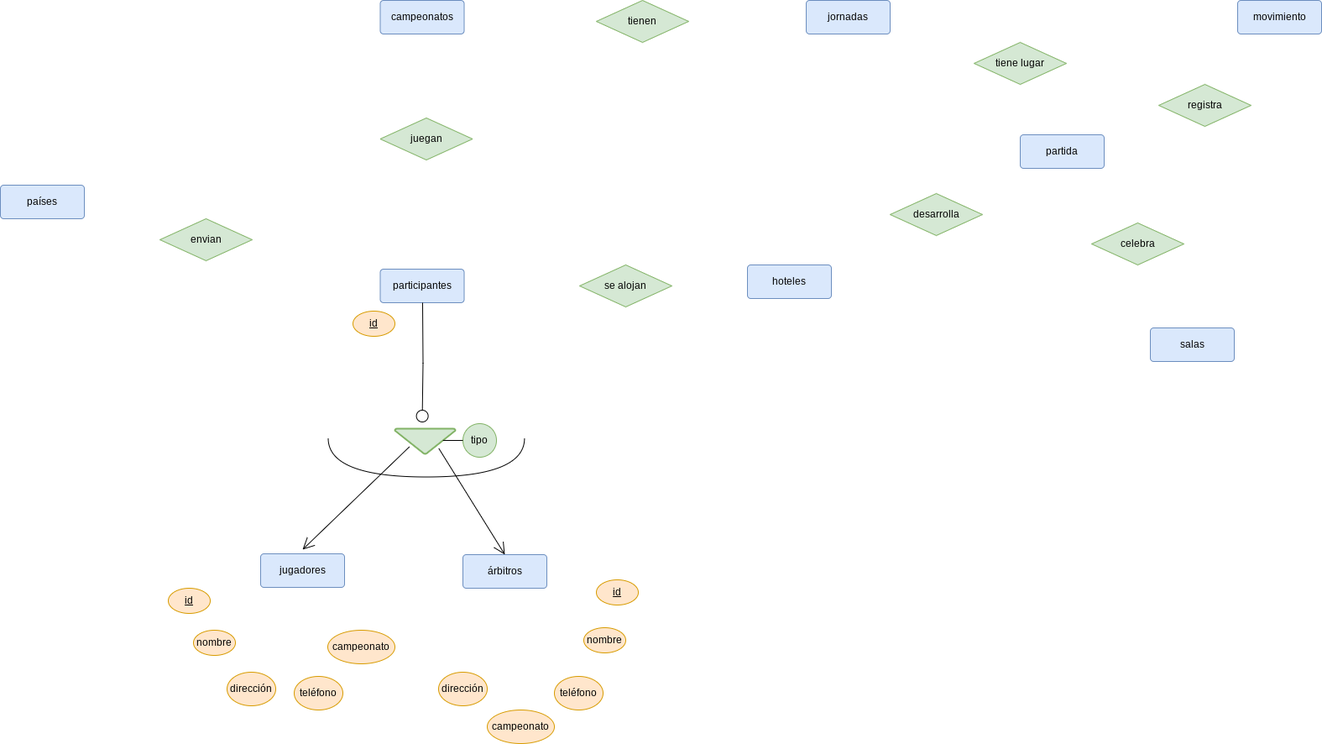
Before: Unidad-1/Tareas./Tarea-9 (diagramas)/Club de ajedrez.drawio.png, a diagram exported from draw.io (mdiogc/base-datos). Source tidied: cells renumbered, new cells last; positions are measured from the earlier drawing's top-left corner, leaving out a move shared by most shapes.
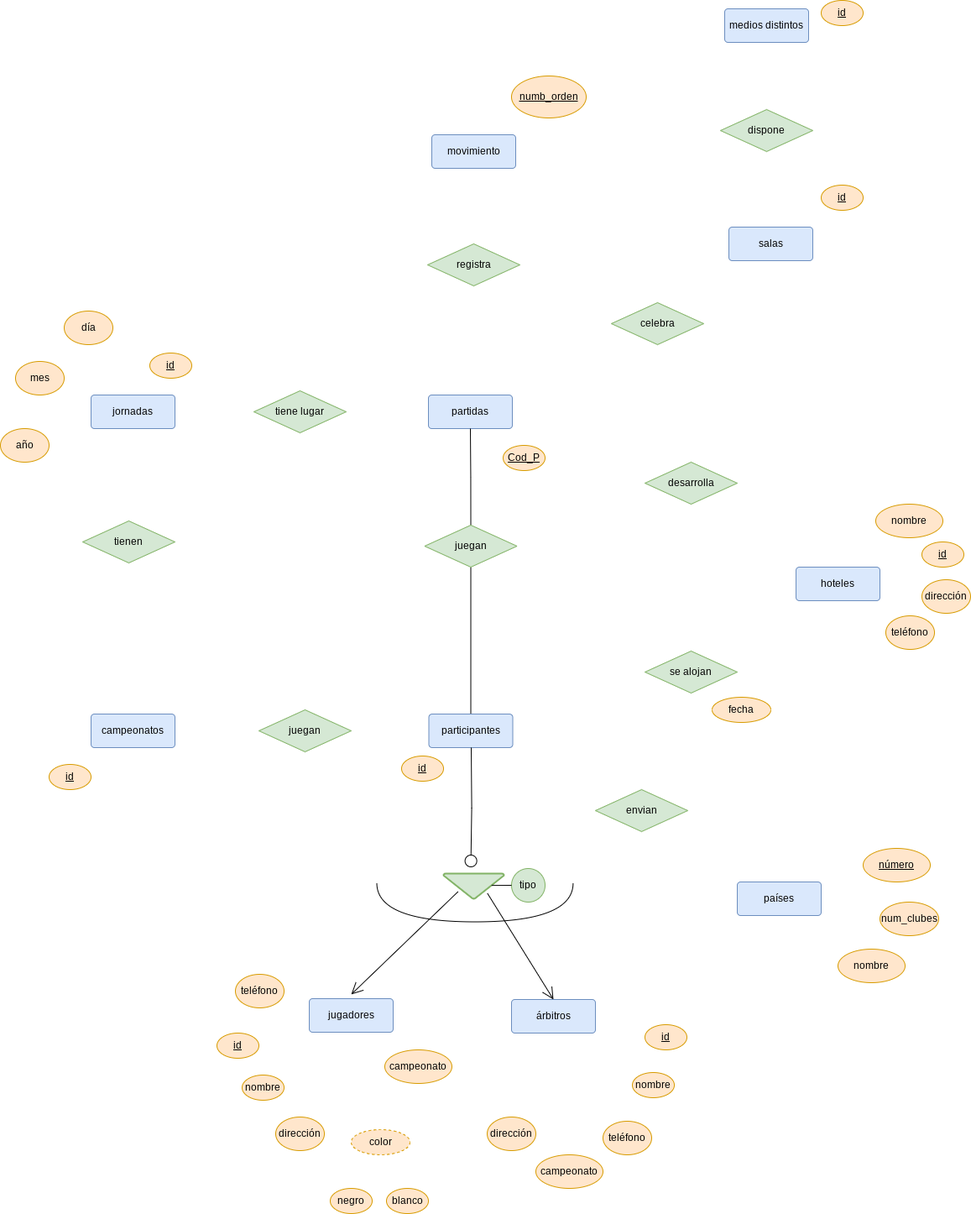
The same file after the commit.

The edit, as a diff of the source:
```diff
@@ -3,10 +3,10 @@
     <mxCell id="0" />
     <mxCell id="1" parent="0" />
     <mxCell id="2" value="países" style="rounded=1;arcSize=10;whiteSpace=wrap;html=1;align=center;fillColor=#dae8fc;strokeColor=#6c8ebf;" parent="1" vertex="1">
-      <mxGeometry y="220" width="100" height="40" as="geometry" />
+      <mxGeometry x="820" y="520" width="100" height="40" as="geometry" />
     </mxCell>
     <mxCell id="3" value="envian" style="shape=rhombus;perimeter=rhombusPerimeter;whiteSpace=wrap;html=1;align=center;fillColor=#d5e8d4;strokeColor=#82b366;" parent="1" vertex="1">
-      <mxGeometry x="190" y="260" width="110" height="50" as="geometry" />
+      <mxGeometry x="651" y="410" width="110" height="50" as="geometry" />
     </mxCell>
     <mxCell id="4" value="jugadores" style="rounded=1;arcSize=10;whiteSpace=wrap;html=1;align=center;fillColor=#dae8fc;strokeColor=#6c8ebf;" parent="1" vertex="1">
       <mxGeometry x="310" y="659" width="100" height="40" as="geometry" />
@@ -15,7 +15,7 @@
       <mxGeometry x="551" y="660" width="100" height="40" as="geometry" />
     </mxCell>
     <mxCell id="6" value="campeonatos" style="rounded=1;arcSize=10;whiteSpace=wrap;html=1;align=center;fillColor=#dae8fc;strokeColor=#6c8ebf;" parent="1" vertex="1">
-      <mxGeometry x="452.5" width="100" height="40" as="geometry" />
+      <mxGeometry x="50" y="320" width="100" height="40" as="geometry" />
     </mxCell>
     <mxCell id="7" style="strokeWidth=2;html=1;shape=mxgraph.flowchart.merge_or_storage;whiteSpace=wrap;fillColor=#d5e8d4;strokeColor=#82b366;" parent="1" vertex="1">
       <mxGeometry x="470" y="510" width="72" height="30" as="geometry" />
@@ -26,44 +26,47 @@
     <mxCell id="9" style="edgeStyle=orthogonalEdgeStyle;rounded=0;jettySize=auto;html=1;exitX=0;exitY=0.5;exitDx=0;exitDy=0;entryX=0.795;entryY=0.483;entryDx=0;entryDy=0;entryPerimeter=0;endArrow=none;endFill=0;" parent="1" edge="1" source="8" target="7">
       <mxGeometry relative="1" as="geometry" />
     </mxCell>
+    <mxCell id="38" style="edgeStyle=orthogonalEdgeStyle;rounded=0;jettySize=auto;html=1;exitX=0.5;exitY=0;exitDx=0;exitDy=0;entryX=0.5;entryY=1;entryDx=0;entryDy=0;endArrow=none;endFill=0;" parent="1" edge="1" source="10" target="47">
+      <mxGeometry relative="1" as="geometry" />
+    </mxCell>
     <mxCell id="10" value="participantes" style="rounded=1;arcSize=10;whiteSpace=wrap;html=1;align=center;fillColor=#dae8fc;strokeColor=#6c8ebf;" parent="1" vertex="1">
       <mxGeometry x="452.5" y="320" width="100" height="40" as="geometry" />
     </mxCell>
     <mxCell id="11" value="hoteles" style="rounded=1;arcSize=10;whiteSpace=wrap;html=1;align=center;fillColor=#dae8fc;strokeColor=#6c8ebf;" parent="1" vertex="1">
-      <mxGeometry x="890" y="315" width="100" height="40" as="geometry" />
+      <mxGeometry x="890" y="145" width="100" height="40" as="geometry" />
     </mxCell>
-    <mxCell id="12" value="partida" style="rounded=1;arcSize=10;whiteSpace=wrap;html=1;align=center;fillColor=#dae8fc;strokeColor=#6c8ebf;" parent="1" vertex="1">
-      <mxGeometry x="1215" y="160" width="100" height="40" as="geometry" />
+    <mxCell id="12" value="partidas" style="rounded=1;arcSize=10;whiteSpace=wrap;html=1;align=center;fillColor=#dae8fc;strokeColor=#6c8ebf;" parent="1" vertex="1">
+      <mxGeometry x="452" y="-60" width="100" height="40" as="geometry" />
     </mxCell>
     <mxCell id="13" value="salas" style="rounded=1;arcSize=10;whiteSpace=wrap;html=1;align=center;fillColor=#dae8fc;strokeColor=#6c8ebf;" parent="1" vertex="1">
-      <mxGeometry x="1370" y="390" width="100" height="40" as="geometry" />
+      <mxGeometry x="810" y="-260" width="100" height="40" as="geometry" />
     </mxCell>
     <mxCell id="14" value="movimiento" style="rounded=1;arcSize=10;whiteSpace=wrap;html=1;align=center;fillColor=#dae8fc;strokeColor=#6c8ebf;" parent="1" vertex="1">
-      <mxGeometry x="1474" width="100" height="40" as="geometry" />
+      <mxGeometry x="456" y="-370" width="100" height="40" as="geometry" />
     </mxCell>
     <mxCell id="15" value="jornadas" style="rounded=1;arcSize=10;whiteSpace=wrap;html=1;align=center;fillColor=#dae8fc;strokeColor=#6c8ebf;" parent="1" vertex="1">
-      <mxGeometry x="960" width="100" height="40" as="geometry" />
+      <mxGeometry x="50" y="-60" width="100" height="40" as="geometry" />
     </mxCell>
     <mxCell id="16" value="juegan" style="shape=rhombus;perimeter=rhombusPerimeter;whiteSpace=wrap;html=1;align=center;fillColor=#d5e8d4;strokeColor=#82b366;" parent="1" vertex="1">
-      <mxGeometry x="452.5" y="140" width="110" height="50" as="geometry" />
+      <mxGeometry x="250" y="315" width="110" height="50" as="geometry" />
     </mxCell>
     <mxCell id="17" value="tienen" style="shape=rhombus;perimeter=rhombusPerimeter;whiteSpace=wrap;html=1;align=center;fillColor=#d5e8d4;strokeColor=#82b366;" parent="1" vertex="1">
-      <mxGeometry x="710" width="110" height="50" as="geometry" />
+      <mxGeometry x="40" y="90" width="110" height="50" as="geometry" />
     </mxCell>
     <mxCell id="18" value="se alojan" style="shape=rhombus;perimeter=rhombusPerimeter;whiteSpace=wrap;html=1;align=center;fillColor=#d5e8d4;strokeColor=#82b366;" parent="1" vertex="1">
-      <mxGeometry x="690" y="315" width="110" height="50" as="geometry" />
+      <mxGeometry x="710" y="245" width="110" height="50" as="geometry" />
     </mxCell>
     <mxCell id="19" value="desarrolla" style="shape=rhombus;perimeter=rhombusPerimeter;whiteSpace=wrap;html=1;align=center;fillColor=#d5e8d4;strokeColor=#82b366;" parent="1" vertex="1">
-      <mxGeometry x="1060" y="230" width="110" height="50" as="geometry" />
+      <mxGeometry x="710" y="20" width="110" height="50" as="geometry" />
     </mxCell>
     <mxCell id="20" value="tiene lugar" style="shape=rhombus;perimeter=rhombusPerimeter;whiteSpace=wrap;html=1;align=center;fillColor=#d5e8d4;strokeColor=#82b366;" parent="1" vertex="1">
-      <mxGeometry x="1160" y="50" width="110" height="50" as="geometry" />
+      <mxGeometry x="244" y="-65" width="110" height="50" as="geometry" />
     </mxCell>
     <mxCell id="21" value="celebra" style="shape=rhombus;perimeter=rhombusPerimeter;whiteSpace=wrap;html=1;align=center;fillColor=#d5e8d4;strokeColor=#82b366;" parent="1" vertex="1">
-      <mxGeometry x="1300" y="265" width="110" height="50" as="geometry" />
+      <mxGeometry x="670" y="-170" width="110" height="50" as="geometry" />
     </mxCell>
     <mxCell id="22" value="registra" style="shape=rhombus;perimeter=rhombusPerimeter;whiteSpace=wrap;html=1;align=center;fillColor=#d5e8d4;strokeColor=#82b366;" parent="1" vertex="1">
-      <mxGeometry x="1380" y="100" width="110" height="50" as="geometry" />
+      <mxGeometry x="451" y="-240" width="110" height="50" as="geometry" />
     </mxCell>
     <mxCell id="23" style="edgeStyle=orthogonalEdgeStyle;rounded=0;orthogonalLoop=1;jettySize=auto;html=1;entryX=0.5;entryY=0;entryDx=0;entryDy=0;entryPerimeter=0;endArrow=circle;endFill=0;" parent="1" edge="1">
       <mxGeometry relative="1" as="geometry">
@@ -101,13 +104,13 @@
       <mxGeometry x="522" y="800" width="58" height="40" as="geometry" />
     </mxCell>
     <mxCell id="33" value="teléfono" style="ellipse;whiteSpace=wrap;html=1;align=center;fillColor=#ffe6cc;strokeColor=#d79b00;" parent="1" vertex="1">
-      <mxGeometry x="350" y="805" width="58" height="40" as="geometry" />
+      <mxGeometry x="222" y="630" width="58" height="40" as="geometry" />
     </mxCell>
     <mxCell id="34" value="teléfono" style="ellipse;whiteSpace=wrap;html=1;align=center;fillColor=#ffe6cc;strokeColor=#d79b00;" parent="1" vertex="1">
       <mxGeometry x="660" y="805" width="58" height="40" as="geometry" />
     </mxCell>
     <mxCell id="35" value="campeonato" style="ellipse;whiteSpace=wrap;html=1;align=center;fillColor=#ffe6cc;strokeColor=#d79b00;" parent="1" vertex="1">
-      <mxGeometry x="390" y="750" width="80" height="40" as="geometry" />
+      <mxGeometry x="400" y="720" width="80" height="40" as="geometry" />
     </mxCell>
     <mxCell id="36" value="campeonato" style="ellipse;whiteSpace=wrap;html=1;align=center;fillColor=#ffe6cc;strokeColor=#d79b00;" parent="1" vertex="1">
       <mxGeometry x="580" y="845" width="80" height="40" as="geometry" />
@@ -115,5 +118,77 @@
     <mxCell id="37" value="&lt;u&gt;id&lt;/u&gt;" style="ellipse;whiteSpace=wrap;html=1;align=center;fillColor=#ffe6cc;strokeColor=#d79b00;" parent="1" vertex="1">
       <mxGeometry x="420" y="370" width="50" height="30" as="geometry" />
     </mxCell>
+    <mxCell id="39" value="&lt;u&gt;número&lt;/u&gt;" style="ellipse;whiteSpace=wrap;html=1;align=center;fillColor=#ffe6cc;strokeColor=#d79b00;" parent="1" vertex="1">
+      <mxGeometry x="970" y="480" width="80" height="40" as="geometry" />
+    </mxCell>
+    <mxCell id="40" value="nombre" style="ellipse;whiteSpace=wrap;html=1;align=center;fillColor=#ffe6cc;strokeColor=#d79b00;" parent="1" vertex="1">
+      <mxGeometry x="940" y="600" width="80" height="40" as="geometry" />
+    </mxCell>
+    <mxCell id="41" value="num_clubes" style="ellipse;whiteSpace=wrap;html=1;align=center;fillColor=#ffe6cc;strokeColor=#d79b00;" parent="1" vertex="1">
+      <mxGeometry x="990" y="544" width="70" height="40" as="geometry" />
+    </mxCell>
+    <mxCell id="42" value="&lt;u&gt;Cod_P&lt;/u&gt;" style="ellipse;whiteSpace=wrap;html=1;align=center;fillColor=#ffe6cc;strokeColor=#d79b00;" parent="1" vertex="1">
+      <mxGeometry x="541" width="50" height="30" as="geometry" />
+    </mxCell>
+    <mxCell id="43" value="color" style="ellipse;whiteSpace=wrap;html=1;align=center;dashed=1;fillColor=#ffe6cc;strokeColor=#d79b00;" parent="1" vertex="1">
+      <mxGeometry x="360" y="815" width="70" height="30" as="geometry" />
+    </mxCell>
+    <mxCell id="44" value="negro" style="ellipse;whiteSpace=wrap;html=1;align=center;fillColor=#ffe6cc;strokeColor=#d79b00;" parent="1" vertex="1">
+      <mxGeometry x="335" y="885" width="50" height="30" as="geometry" />
+    </mxCell>
+    <mxCell id="45" value="blanco" style="ellipse;whiteSpace=wrap;html=1;align=center;fillColor=#ffe6cc;strokeColor=#d79b00;" parent="1" vertex="1">
+      <mxGeometry x="402" y="885" width="50" height="30" as="geometry" />
+    </mxCell>
+    <mxCell id="46" style="edgeStyle=orthogonalEdgeStyle;rounded=0;jettySize=auto;html=1;exitX=0.5;exitY=0;exitDx=0;exitDy=0;entryX=0.5;entryY=1;entryDx=0;entryDy=0;endArrow=none;endFill=0;" parent="1" edge="1" source="47" target="12">
+      <mxGeometry relative="1" as="geometry" />
+    </mxCell>
+    <mxCell id="47" value="juegan" style="shape=rhombus;perimeter=rhombusPerimeter;whiteSpace=wrap;html=1;align=center;fillColor=#d5e8d4;strokeColor=#82b366;" parent="1" vertex="1">
+      <mxGeometry x="447.5" y="95" width="110" height="50" as="geometry" />
+    </mxCell>
+    <mxCell id="48" value="fecha" style="ellipse;whiteSpace=wrap;html=1;align=center;fillColor=#ffe6cc;strokeColor=#d79b00;" parent="1" vertex="1">
+      <mxGeometry x="790" y="300" width="70" height="30" as="geometry" />
+    </mxCell>
+    <mxCell id="49" value="&lt;u&gt;id&lt;/u&gt;" style="ellipse;whiteSpace=wrap;html=1;align=center;fillColor=#ffe6cc;strokeColor=#d79b00;" parent="1" vertex="1">
+      <mxGeometry x="1040" y="115" width="50" height="30" as="geometry" />
+    </mxCell>
+    <mxCell id="50" value="nombre" style="ellipse;whiteSpace=wrap;html=1;align=center;fillColor=#ffe6cc;strokeColor=#d79b00;" parent="1" vertex="1">
+      <mxGeometry x="985" y="70" width="80" height="40" as="geometry" />
+    </mxCell>
+    <mxCell id="51" value="dirección" style="ellipse;whiteSpace=wrap;html=1;align=center;fillColor=#ffe6cc;strokeColor=#d79b00;" parent="1" vertex="1">
+      <mxGeometry x="1040" y="160" width="58" height="40" as="geometry" />
+    </mxCell>
+    <mxCell id="52" value="teléfono" style="ellipse;whiteSpace=wrap;html=1;align=center;fillColor=#ffe6cc;strokeColor=#d79b00;" parent="1" vertex="1">
+      <mxGeometry x="997" y="203" width="58" height="40" as="geometry" />
+    </mxCell>
+    <mxCell id="53" value="&lt;u&gt;id&lt;/u&gt;" style="ellipse;whiteSpace=wrap;html=1;align=center;fillColor=#ffe6cc;strokeColor=#d79b00;" parent="1" vertex="1">
+      <mxGeometry y="380" width="50" height="30" as="geometry" />
+    </mxCell>
+    <mxCell id="54" value="&lt;u&gt;id&lt;/u&gt;" style="ellipse;whiteSpace=wrap;html=1;align=center;fillColor=#ffe6cc;strokeColor=#d79b00;" parent="1" vertex="1">
+      <mxGeometry x="120" y="-110" width="50" height="30" as="geometry" />
+    </mxCell>
+    <mxCell id="55" value="año" style="ellipse;whiteSpace=wrap;html=1;align=center;fillColor=#ffe6cc;strokeColor=#d79b00;" parent="1" vertex="1">
+      <mxGeometry x="-58" y="-20" width="58" height="40" as="geometry" />
+    </mxCell>
+    <mxCell id="56" value="mes" style="ellipse;whiteSpace=wrap;html=1;align=center;fillColor=#ffe6cc;strokeColor=#d79b00;" parent="1" vertex="1">
+      <mxGeometry x="-40" y="-100" width="58" height="40" as="geometry" />
+    </mxCell>
+    <mxCell id="57" value="día" style="ellipse;whiteSpace=wrap;html=1;align=center;fillColor=#ffe6cc;strokeColor=#d79b00;" parent="1" vertex="1">
+      <mxGeometry x="18" y="-160" width="58" height="40" as="geometry" />
+    </mxCell>
+    <mxCell id="58" value="&lt;u&gt;id&lt;/u&gt;" style="ellipse;whiteSpace=wrap;html=1;align=center;fillColor=#ffe6cc;strokeColor=#d79b00;" parent="1" vertex="1">
+      <mxGeometry x="920" y="-310" width="50" height="30" as="geometry" />
+    </mxCell>
+    <mxCell id="59" value="&lt;u&gt;numb_orden&lt;/u&gt;" style="ellipse;whiteSpace=wrap;html=1;align=center;fillColor=#ffe6cc;strokeColor=#d79b00;" parent="1" vertex="1">
+      <mxGeometry x="551" y="-440" width="89" height="50" as="geometry" />
+    </mxCell>
+    <mxCell id="60" value="medios distintos" style="rounded=1;arcSize=10;whiteSpace=wrap;html=1;align=center;fillColor=#dae8fc;strokeColor=#6c8ebf;" parent="1" vertex="1">
+      <mxGeometry x="805" y="-520" width="100" height="40" as="geometry" />
+    </mxCell>
+    <mxCell id="61" value="dispone" style="shape=rhombus;perimeter=rhombusPerimeter;whiteSpace=wrap;html=1;align=center;fillColor=#d5e8d4;strokeColor=#82b366;" parent="1" vertex="1">
+      <mxGeometry x="800" y="-400" width="110" height="50" as="geometry" />
+    </mxCell>
+    <mxCell id="62" value="&lt;u&gt;id&lt;/u&gt;" style="ellipse;whiteSpace=wrap;html=1;align=center;fillColor=#ffe6cc;strokeColor=#d79b00;" parent="1" vertex="1">
+      <mxGeometry x="920" y="-530" width="50" height="30" as="geometry" />
+    </mxCell>
   </root>
 </mxGraphModel>
```
